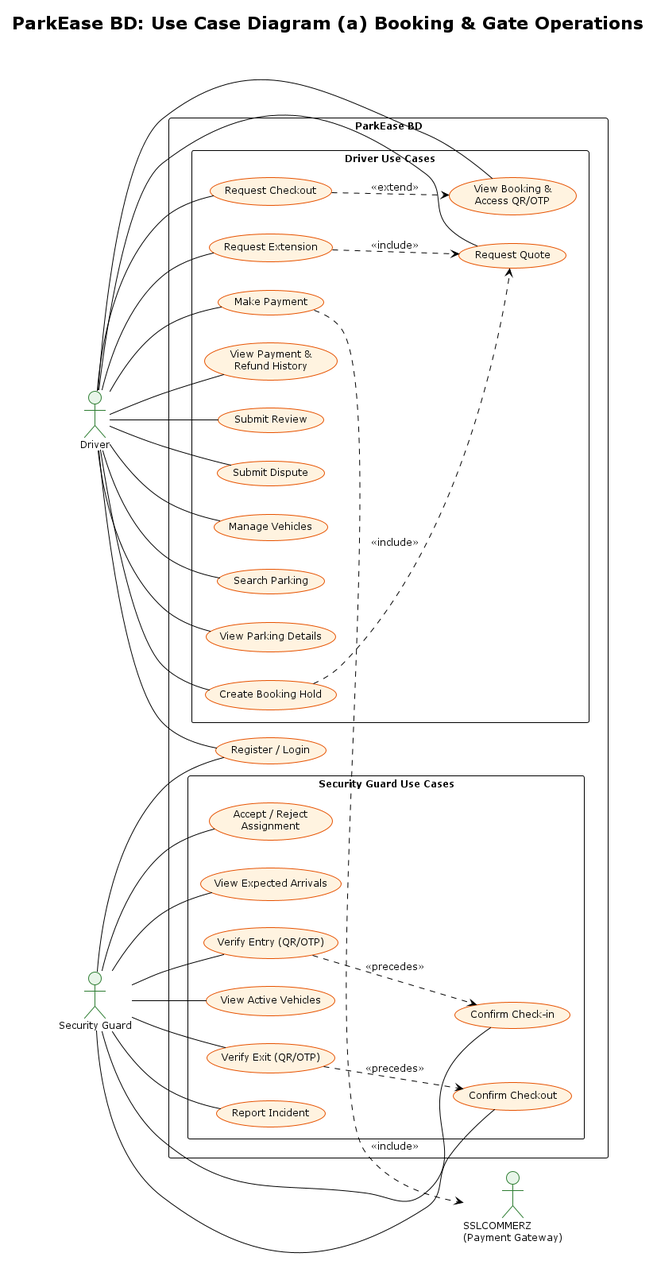
Before: docs/diagrams/use-case-booking.png, a diagram exported from PlantUML (0xFaysal/se-lab-wake-up-to-reality).
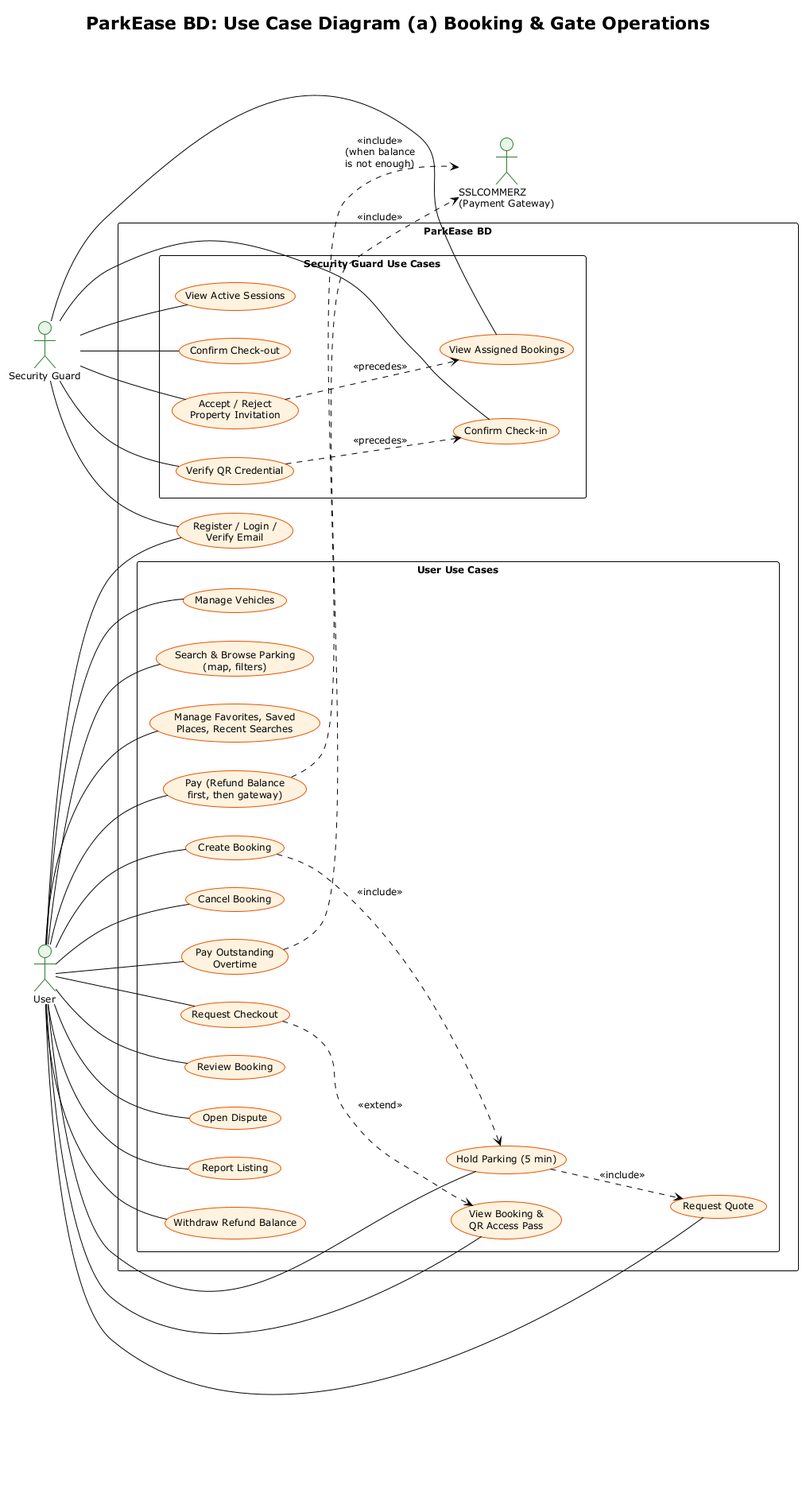
After the change.

Commit message:
docs(diagrams): update booking and gate use case diagram

What changed in the source:
```diff
@@ -17,71 +17,74 @@
 
 left to right direction
 
-actor "Driver" as Driver
+actor "User" as User
 actor "Security Guard" as Guard
 actor "SSLCOMMERZ\n(Payment Gateway)" as SSL
 
 rectangle "ParkEase BD" {
 
-  usecase "Register / Login" as UC1
+  usecase "Register / Login /\nVerify Email" as UC1
 
-  package "Driver Use Cases" {
+  package "User Use Cases" {
     usecase "Manage Vehicles" as UC2
-    usecase "Search Parking" as UC3
-    usecase "View Parking Details" as UC4
+    usecase "Search & Browse Parking\n(map, filters)" as UC3
+    usecase "Manage Favorites, Saved\nPlaces, Recent Searches" as UC4
     usecase "Request Quote" as UC5
-    usecase "Create Booking Hold" as UC6
-    usecase "Make Payment" as UC7
-    usecase "View Booking &\nAccess QR/OTP" as UC8
-    usecase "Request Extension" as UC9
-    usecase "Request Checkout" as UC10
-    usecase "View Payment &\nRefund History" as UC11
-    usecase "Submit Review" as UC12
-    usecase "Submit Dispute" as UC13
+    usecase "Hold Parking (5 min)" as UC6
+    usecase "Create Booking" as UC7
+    usecase "Pay (Refund Balance\nfirst, then gateway)" as UC8
+    usecase "View Booking &\nQR Access Pass" as UC9
+    usecase "Cancel Booking" as UC10
+    usecase "Request Checkout" as UC11
+    usecase "Pay Outstanding\nOvertime" as UC12
+    usecase "Review Booking" as UC13
+    usecase "Open Dispute" as UC14
+    usecase "Report Listing" as UC15
+    usecase "Withdraw Refund Balance" as UC16
   }
 
   package "Security Guard Use Cases" {
-    usecase "Accept / Reject\nAssignment" as UC24
-    usecase "View Expected Arrivals" as UC25
-    usecase "Verify Entry (QR/OTP)" as UC26
-    usecase "Confirm Check-in" as UC27
-    usecase "View Active Vehicles" as UC28
-    usecase "Verify Exit (QR/OTP)" as UC29
-    usecase "Confirm Checkout" as UC30
-    usecase "Report Incident" as UC31
+    usecase "Accept / Reject\nProperty Invitation" as UC20
+    usecase "View Assigned Bookings" as UC21
+    usecase "Verify QR Credential" as UC22
+    usecase "Confirm Check-in" as UC23
+    usecase "View Active Sessions" as UC24
+    usecase "Confirm Check-out" as UC25
   }
 }
 
-Driver -- UC1
-Driver -- UC2
-Driver -- UC3
-Driver -- UC4
-Driver -- UC5
-Driver -- UC6
-Driver -- UC7
-Driver -- UC8
-Driver -- UC9
-Driver -- UC10
-Driver -- UC11
-Driver -- UC12
-Driver -- UC13
+User -- UC1
+User -- UC2
+User -- UC3
+User -- UC4
+User -- UC5
+User -- UC6
+User -- UC7
+User -- UC8
+User -- UC9
+User -- UC10
+User -- UC11
+User -- UC12
+User -- UC13
+User -- UC14
+User -- UC15
+User -- UC16
 
 UC6 ..> UC5 : <<include>>
-UC9 ..> UC5 : <<include>>
-UC10 ..> UC8 : <<extend>>
-UC7 ..> SSL : <<include>>
+UC7 ..> UC6 : <<include>>
+UC8 ..> SSL : <<include>>\n(when balance\nis not enough)
+UC12 ..> SSL : <<include>>
+UC11 ..> UC9 : <<extend>>
 
 Guard -- UC1
+Guard -- UC20
+Guard -- UC21
+Guard -- UC22
+Guard -- UC23
 Guard -- UC24
 Guard -- UC25
-Guard -- UC26
-Guard -- UC27
-Guard -- UC28
-Guard -- UC29
-Guard -- UC30
-Guard -- UC31
 
-UC26 ..> UC27 : <<precedes>>
-UC29 ..> UC30 : <<precedes>>
+UC22 ..> UC23 : <<precedes>>
+UC20 ..> UC21 : <<precedes>>
 
 @enduml
```
